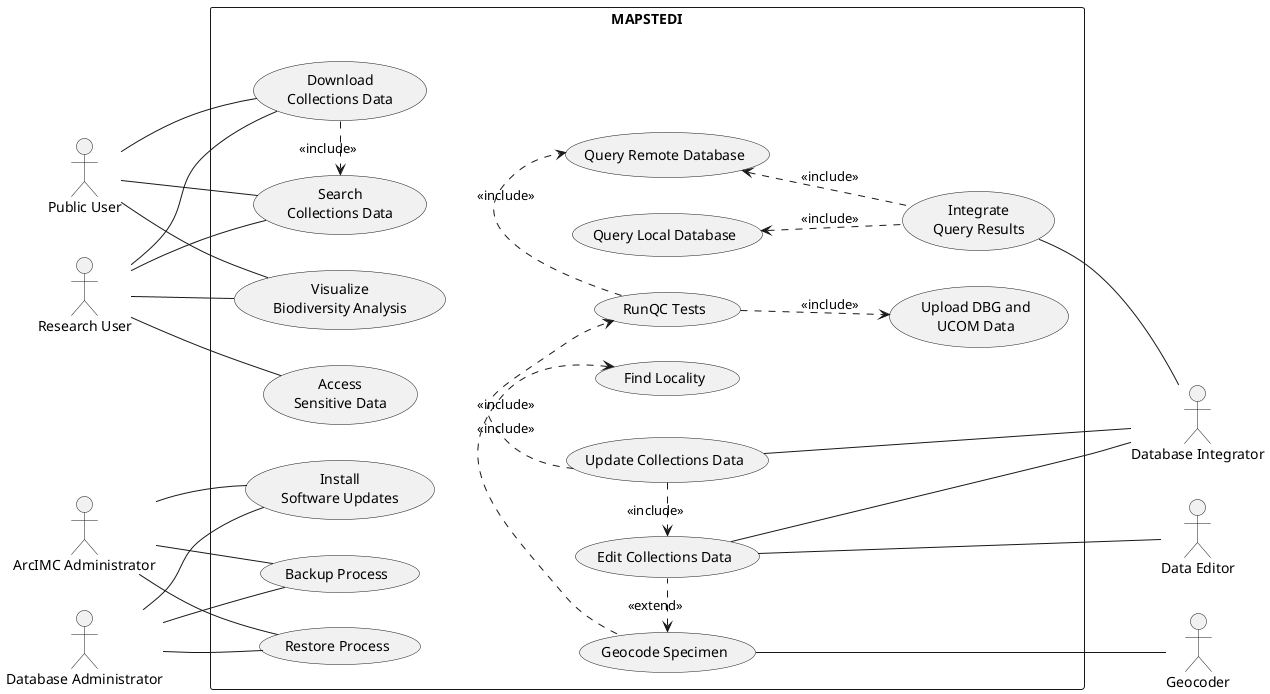
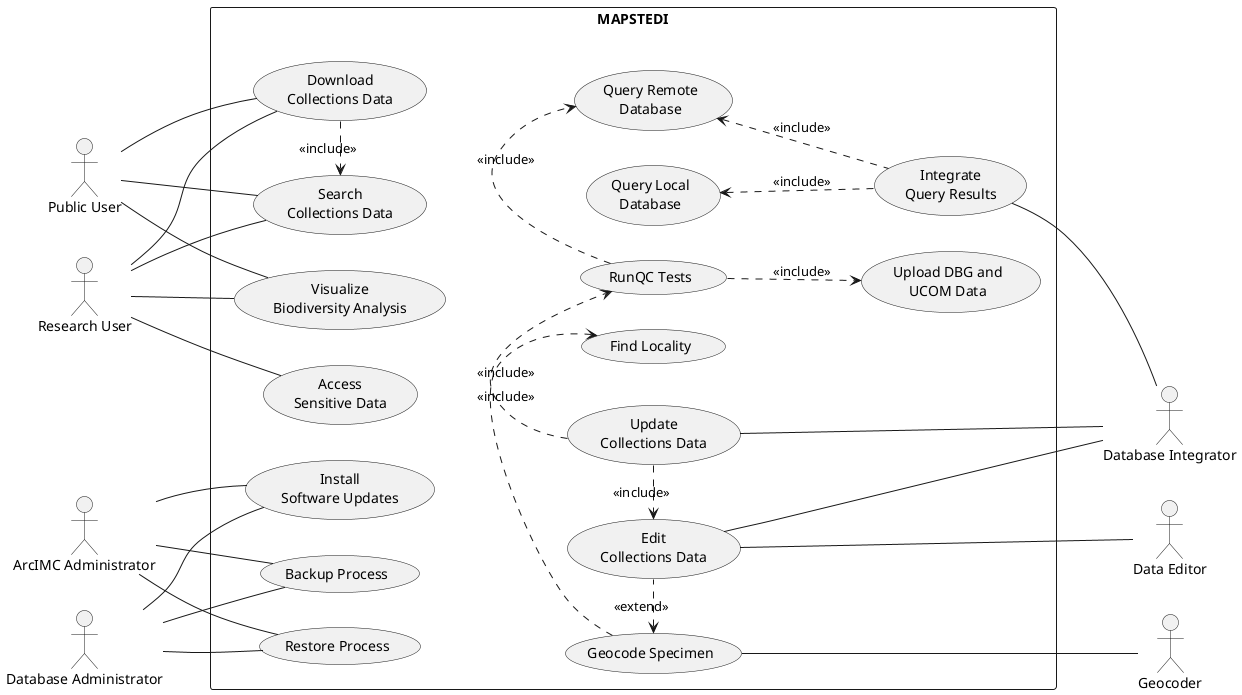
@startuml MAPSTEDI_UseCaseModel

left to right direction

' ---------- Actors ----------
actor "Public User"            as PublicUser
actor "Research User"          as ResearchUser

actor "ArcIMC Administrator"   as ArcIMCAdmin
actor "Database Administrator" as DBAdmin

together {
  actor "Geocoder"               as Geocoder
  actor "Database Integrator"    as DBIntegrator
  actor "Data Editor"            as DataEditor
}

rectangle MAPSTEDI {

  ' ----- Database Access -----
  together {
    together {
      usecase "Download\nCollections Data"       as UC_Download
      usecase "Search\nCollections Data"         as UC_Search
    }
    usecase "Visualize\nBiodiversity Analysis" as UC_Visualize
    usecase "Access\nSensitive Data"           as UC_AccessSensitive
  }

  together {
    ' ----- Administrative Process -----
    usecase "Backup Process"           as UC_Backup
    usecase "Restore Process"          as UC_Restore
    usecase "Install\nSoftware Updates" as UC_Install
  }

  usecase "RunQC Tests"              as UC_RunQC
-   usecase "Query Remote Database" as UC_QueryRemote
+   usecase "Query Remote\nDatabase" as UC_QueryRemote

  usecase "Upload DBG and\nUCOM Data" as UC_Upload

  usecase "Integrate\nQuery Results"  as UC_Integrate

-   usecase "Query Local Database"  as UC_QueryLocal
+   usecase "Query Local\nDatabase"  as UC_QueryLocal

  ' ----- Database Edits -----
-   usecase "Edit Collections Data"    as UC_Edit
-   usecase "Update Collections Data"  as UC_Update
+   usecase "Edit\nCollections Data"    as UC_Edit
+   usecase "Update\nCollections Data"  as UC_Update

  usecase "Geocode Specimen" as UC_Geocode
  usecase "Find Locality"    as UC_FindLocality
}

' ---------- Actor associations ----------
PublicUser   -- UC_Download
PublicUser   -- UC_Search
PublicUser   -- UC_Visualize

ResearchUser -- UC_Download
ResearchUser -- UC_Search
ResearchUser -- UC_Visualize
ResearchUser -- UC_AccessSensitive

ArcIMCAdmin  -- UC_Backup
ArcIMCAdmin  -- UC_Restore
ArcIMCAdmin  -- UC_Install

DBAdmin      -- UC_Backup
DBAdmin      -- UC_Restore
DBAdmin      -- UC_Install

DBIntegrator -u- UC_Integrate
DBIntegrator -u- UC_Update
DBIntegrator -u- UC_Edit

Geocoder     -u- UC_Geocode
DataEditor   -u- UC_Edit

' ---------- Include / Extend ----------
UC_Download    ..r..> UC_Search       : <<include>>

UC_Integrate   .u.> UC_QueryLocal   : <<include>>
UC_Integrate   .u.> UC_QueryRemote  : <<include>>
UC_Update      .r.> UC_Edit         : <<include>>
UC_Update      .r.> UC_RunQC        : <<include>>

UC_RunQC       .r.> UC_QueryRemote  : <<include>>
UC_RunQC       .d.> UC_Upload       : <<include>>

UC_Edit        .l.> UC_Geocode      : <<extend>>
UC_Geocode     .l.> UC_FindLocality : <<include>>

UC_Search -[hidden]d-> UC_QueryLocal
UC_Restore -[hidden]-> UC_FindLocality
UC_Integrate -[hidden]l-> UC_Upload

@enduml
